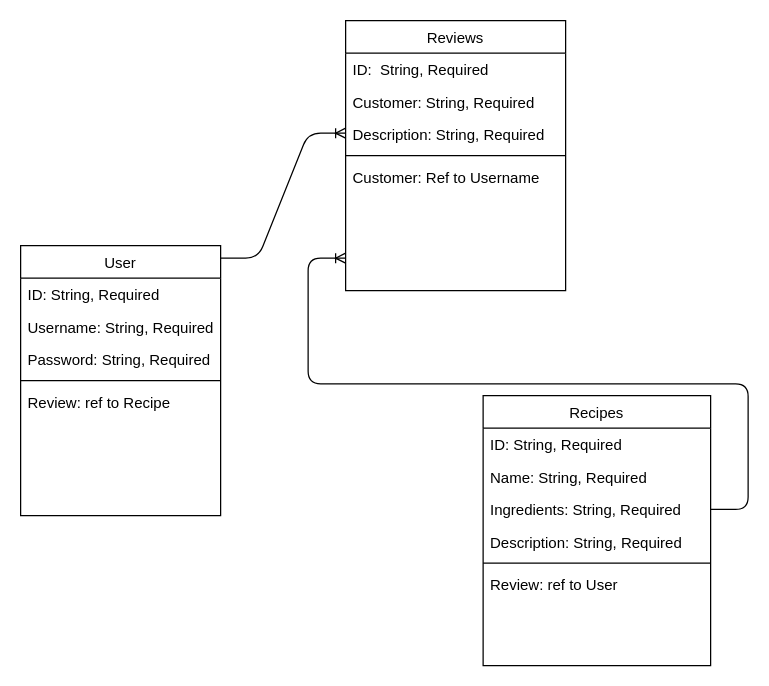
The draw.io diagram Aria Website.drawio in rweitzman/Capstone, before the edit. Source tidied: cells renumbered, new cells numbered last; positions are measured from the earlier drawing's top-left corner, leaving out a move shared by most shapes. Both pictures are drawn from the tidied source at 125%, with x=0, y=0 at pixel (20, 20).
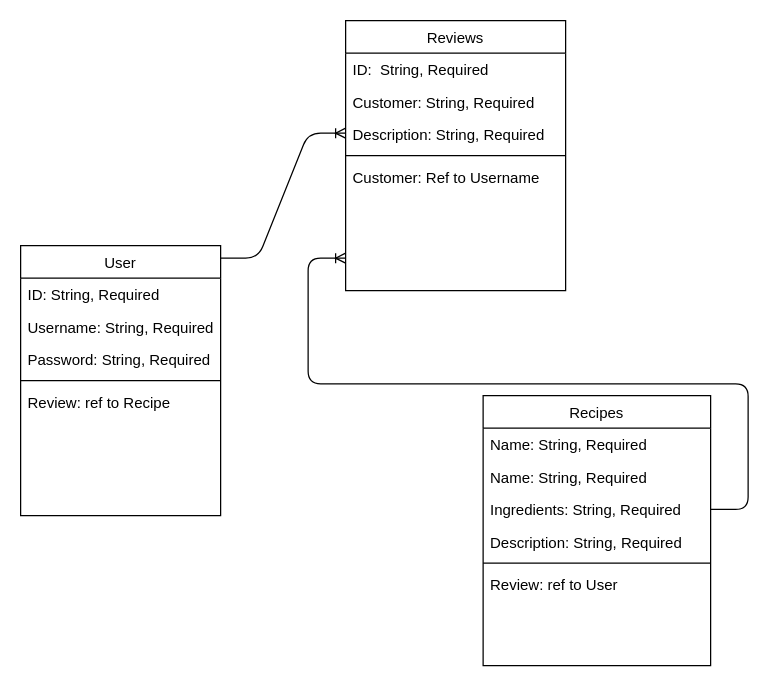
The same page after the edit.

Commit message (it also covers changes not shown here):
finished the readme with wireframes and the user stroy

The change refers to these unchanged cells:
```xml
<mxCell id="2" value="Recipes" style="swimlane;fontStyle=0;align=center;verticalAlign=top;horizontal=1;startSize=26;rounded=0;shadow=0;strokeWidth=1;" parent="1" vertex="1">
  <mxGeometry x="370" y="300" width="182" height="216" as="geometry" />
</mxCell>
```

Diff of the diagram source:
```diff
@@
-    <mxCell id="3" value="ID: String, Required" style="text;align=left;verticalAlign=top;spacingLeft=4;spacingRight=4;overflow=hidden;" parent="2" vertex="1">
+    <mxCell id="3" value="Name: String, Required" style="text;align=left;verticalAlign=top;spacingLeft=4;spacingRight=4;overflow=hidden;" parent="2" vertex="1">
       <mxGeometry y="26" width="182" height="26" as="geometry" />
     </mxCell>
```
